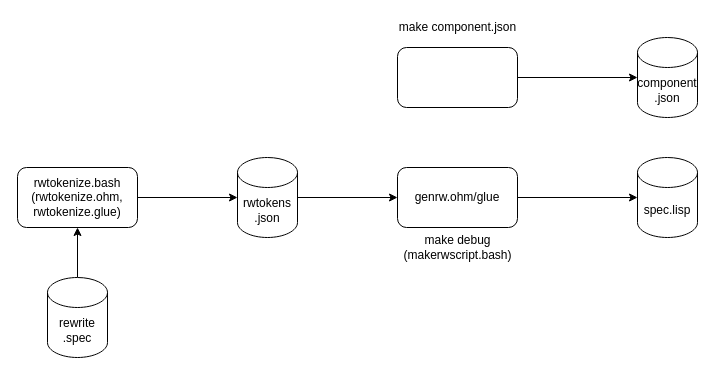
Before: workflow.drawio in guitarvydas/behavior_tree_to_cpp, a draw.io diagram. Source tidied: cells renumbered, new cells numbered last; positions are measured from the earlier drawing's top-left corner, leaving out a move shared by most shapes. Both pictures are drawn from the tidied source at 100%, with x=0, y=0 at pixel (17, 17).
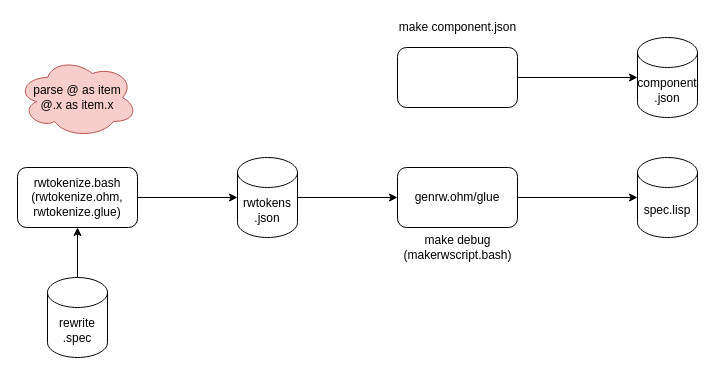
The same page after the edit.

The edit, as a diff of the source:
```diff
@@
 <mxGraphModel>
   <root>
     <mxCell id="0" />
     <mxCell id="1" parent="0" />
     <mxCell id="2" value="component&lt;br&gt;.json" style="shape=cylinder3;whiteSpace=wrap;html=1;boundedLbl=1;backgroundOutline=1;size=15;" parent="1" vertex="1">
       <mxGeometry x="620" y="20" width="60" height="80" as="geometry" />
     </mxCell>
     <mxCell id="3" value="spec.lisp" style="shape=cylinder3;whiteSpace=wrap;html=1;boundedLbl=1;backgroundOutline=1;size=15;" parent="1" vertex="1">
       <mxGeometry x="620" y="140" width="60" height="80" as="geometry" />
     </mxCell>
     <mxCell id="4" style="edgeStyle=orthogonalEdgeStyle;rounded=0;jettySize=auto;html=1;exitX=1;exitY=0.5;exitDx=0;exitDy=0;exitPerimeter=0;" parent="1" edge="1" source="5" target="7">
       <mxGeometry relative="1" as="geometry" />
     </mxCell>
     <mxCell id="5" value="rwtokens&lt;br&gt;.json" style="shape=cylinder3;whiteSpace=wrap;html=1;boundedLbl=1;backgroundOutline=1;size=15;" parent="1" vertex="1">
       <mxGeometry x="220" y="140" width="60" height="80" as="geometry" />
     </mxCell>
     <mxCell id="6" style="edgeStyle=orthogonalEdgeStyle;rounded=0;jettySize=auto;html=1;exitX=1;exitY=0.5;exitDx=0;exitDy=0;" parent="1" edge="1" source="7" target="3">
       <mxGeometry relative="1" as="geometry" />
     </mxCell>
     <mxCell id="7" value="genrw.ohm/glue" style="rounded=1;whiteSpace=wrap;html=1;" parent="1" vertex="1">
       <mxGeometry x="380" y="150" width="120" height="60" as="geometry" />
     </mxCell>
     <mxCell id="8" style="edgeStyle=orthogonalEdgeStyle;rounded=0;jettySize=auto;html=1;exitX=1;exitY=0.5;exitDx=0;exitDy=0;entryX=0;entryY=0.5;entryDx=0;entryDy=0;entryPerimeter=0;" parent="1" edge="1" source="9" target="2">
       <mxGeometry relative="1" as="geometry" />
     </mxCell>
     <mxCell id="9" style="rounded=1;whiteSpace=wrap;html=1;" parent="1" vertex="1">
       <mxGeometry x="380" y="30" width="120" height="60" as="geometry" />
     </mxCell>
     <mxCell id="10" value="make debug&lt;br&gt;(makerwscript.bash)" style="text;html=1;align=center;verticalAlign=middle;strokeColor=none;" parent="1" vertex="1">
       <mxGeometry x="380" y="215" width="120" height="30" as="geometry" />
     </mxCell>
     <mxCell id="11" value="make component.json" style="text;html=1;align=center;verticalAlign=middle;strokeColor=none;" parent="1" vertex="1">
       <mxGeometry x="375" width="130" height="20" as="geometry" />
     </mxCell>
     <mxCell id="12" style="edgeStyle=orthogonalEdgeStyle;rounded=0;jettySize=auto;html=1;exitX=1;exitY=0.5;exitDx=0;exitDy=0;entryX=0;entryY=0.5;entryDx=0;entryDy=0;entryPerimeter=0;" parent="1" edge="1" source="13" target="5">
       <mxGeometry relative="1" as="geometry" />
     </mxCell>
     <mxCell id="13" value="rwtokenize.bash&lt;br&gt;(rwtokenize.ohm,&lt;br&gt;rwtokenize.glue)" style="rounded=1;whiteSpace=wrap;html=1;" parent="1" vertex="1">
       <mxGeometry y="150" width="120" height="60" as="geometry" />
     </mxCell>
     <mxCell id="14" style="edgeStyle=orthogonalEdgeStyle;rounded=0;jettySize=auto;html=1;exitX=0.5;exitY=0;exitDx=0;exitDy=0;exitPerimeter=0;entryX=0.5;entryY=1;entryDx=0;entryDy=0;" parent="1" edge="1" source="15" target="13">
       <mxGeometry relative="1" as="geometry" />
     </mxCell>
     <mxCell id="15" value="rewrite&lt;br&gt;.spec" style="shape=cylinder3;whiteSpace=wrap;html=1;boundedLbl=1;backgroundOutline=1;size=15;" parent="1" vertex="1">
       <mxGeometry x="30" y="260" width="60" height="80" as="geometry" />
     </mxCell>
+    <mxCell id="16" value="parse @ as item&lt;br&gt;@.x as item.x" style="ellipse;shape=cloud;whiteSpace=wrap;html=1;fillColor=#f8cecc;strokeColor=#b85450;" parent="1" vertex="1">
+      <mxGeometry y="40" width="120" height="80" as="geometry" />
+    </mxCell>
   </root>
 </mxGraphModel>
```
